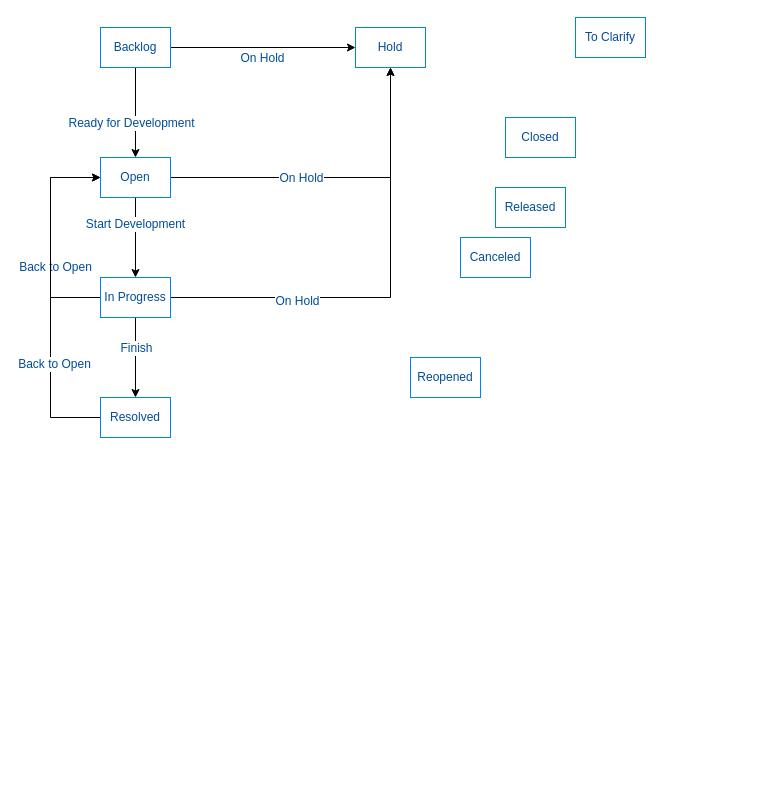
Earlier version of the draw.io diagram page "JIRA UAT Flow" (8 of 9) of Change Request Process.drawio (whalebig27/change-request-process-diagram). Source tidied: cells renumbered, new cells numbered last; positions are measured from the earlier drawing's top-left corner, leaving out a move shared by most shapes. Both pictures are drawn from the tidied source at 100%, with x=0, y=0 at pixel (50, 17).
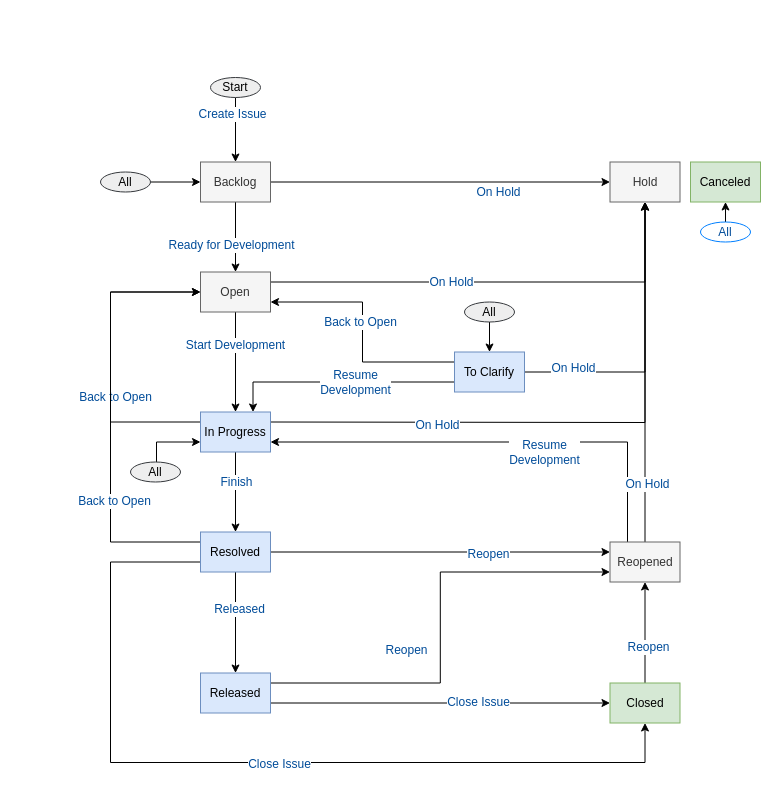
Above is the later version.

What changed in the source:
```diff
@@
-    <mxCell id="6" value="Backlog" style="rounded=0;whiteSpace=wrap;html=1;strokeColor=#007FFF;fontSize=12;align=center;fontColor=#004C99;" parent="1" vertex="1">
-      <mxGeometry x="50" y="10" width="70" height="40" as="geometry" />
+    <mxCell id="6" value="Backlog" style="rounded=0;whiteSpace=wrap;html=1;strokeColor=#666666;fontSize=12;align=center;fontColor=#333333;fillColor=#f5f5f5;" parent="1" vertex="1">
+      <mxGeometry x="150" y="144.5" width="70" height="40" as="geometry" />
     </mxCell>
-    <mxCell id="7" style="edgeStyle=orthogonalEdgeStyle;rounded=0;jettySize=auto;html=1;entryX=0.5;entryY=1;entryDx=0;entryDy=0;fontSize=12;fontColor=#004C99;" parent="1" edge="1" source="13" target="23">
-      <mxGeometry relative="1" as="geometry" />
+    <mxCell id="7" style="edgeStyle=orthogonalEdgeStyle;rounded=0;jettySize=auto;html=1;entryX=0.5;entryY=1;entryDx=0;entryDy=0;fontSize=12;fontColor=#004C99;" parent="1" edge="1" target="23">
+      <mxGeometry relative="1" as="geometry">
+        <mxPoint x="220" y="404.5" as="sourcePoint" />
+      </mxGeometry>
     </mxCell>
@@
-    <mxCell id="9" style="edgeStyle=orthogonalEdgeStyle;rounded=0;jettySize=auto;html=1;entryX=0;entryY=0.5;entryDx=0;entryDy=0;fontSize=12;fontColor=#004C99;exitX=0;exitY=0.5;exitDx=0;exitDy=0;" parent="1" edge="1" source="13" target="18">
+    <mxCell id="9" style="edgeStyle=orthogonalEdgeStyle;rounded=0;jettySize=auto;html=1;entryX=0;entryY=0.5;entryDx=0;entryDy=0;fontSize=12;fontColor=#004C99;exitX=0;exitY=0.25;exitDx=0;exitDy=0;" parent="1" edge="1" source="13" target="18">
       <mxGeometry relative="1" as="geometry">
         <Array as="points">
-          <mxPoint y="280" />
-          <mxPoint y="160" />
+          <mxPoint x="60" y="404.5" />
+          <mxPoint x="60" y="274.5" />
         </Array>
       </mxGeometry>
     </mxCell>
@@
-    <mxCell id="13" value="In Progress" style="rounded=0;whiteSpace=wrap;html=1;strokeColor=#007FFF;fontSize=12;align=center;fontColor=#004C99;" parent="1" vertex="1">
-      <mxGeometry x="50" y="260" width="70" height="40" as="geometry" />
+    <mxCell id="13" value="In Progress" style="rounded=0;whiteSpace=wrap;html=1;strokeColor=#6c8ebf;fontSize=12;align=center;fillColor=#dae8fc;" parent="1" vertex="1">
+      <mxGeometry x="150" y="394.5" width="70" height="40" as="geometry" />
     </mxCell>
@@
-    <mxCell id="16" style="edgeStyle=orthogonalEdgeStyle;rounded=0;jettySize=auto;html=1;entryX=0.5;entryY=1;entryDx=0;entryDy=0;fontSize=12;fontColor=#004C99;" parent="1" edge="1" source="18" target="23">
+    <mxCell id="16" style="edgeStyle=orthogonalEdgeStyle;rounded=0;jettySize=auto;html=1;entryX=0.5;entryY=1;entryDx=0;entryDy=0;fontSize=12;fontColor=#004C99;exitX=1;exitY=0.25;exitDx=0;exitDy=0;" parent="1" edge="1" source="18" target="23">
       <mxGeometry relative="1" as="geometry" />
     </mxCell>
@@
-    <mxCell id="18" value="Open" style="rounded=0;whiteSpace=wrap;html=1;strokeColor=#007FFF;fontSize=12;align=center;fontColor=#004C99;" parent="1" vertex="1">
-      <mxGeometry x="50" y="140" width="70" height="40" as="geometry" />
+    <mxCell id="18" value="Open" style="rounded=0;whiteSpace=wrap;html=1;strokeColor=#666666;fontSize=12;align=center;fontColor=#333333;fillColor=#f5f5f5;" parent="1" vertex="1">
+      <mxGeometry x="150" y="254.5" width="70" height="40" as="geometry" />
     </mxCell>
-    <mxCell id="19" style="edgeStyle=orthogonalEdgeStyle;rounded=0;jettySize=auto;html=1;entryX=0;entryY=0.5;entryDx=0;entryDy=0;fontSize=12;fontColor=#004C99;exitX=0;exitY=0.5;exitDx=0;exitDy=0;" parent="1" edge="1" source="21" target="18">
+    <mxCell id="19" style="edgeStyle=orthogonalEdgeStyle;rounded=0;jettySize=auto;html=1;entryX=0;entryY=0.5;entryDx=0;entryDy=0;fontSize=12;fontColor=#004C99;" parent="1" edge="1" target="18">
       <mxGeometry relative="1" as="geometry">
+        <mxPoint x="150" y="524.5" as="sourcePoint" />
         <Array as="points">
-          <mxPoint y="400" />
-          <mxPoint y="160" />
+          <mxPoint x="60" y="524.5" />
+          <mxPoint x="60" y="274.5" />
         </Array>
       </mxGeometry>
     </mxCell>
@@
+    <mxCell id="28" style="edgeStyle=orthogonalEdgeStyle;rounded=0;jettySize=auto;html=1;entryX=0;entryY=0.25;entryDx=0;entryDy=0;fontSize=12;fontColor=#004C99;" parent="1" edge="1" source="21" target="22">
+      <mxGeometry relative="1" as="geometry" />
+    </mxCell>
+    <mxCell id="29" value="Reopen" style="text;html=1;align=center;verticalAlign=middle;labelBackgroundColor=#ffffff;fontSize=12;fontColor=#004C99;" parent="28" vertex="1">
+      <mxGeometry x="0.28" y="-2" relative="1" as="geometry" />
+    </mxCell>
+    <mxCell id="30" style="edgeStyle=orthogonalEdgeStyle;rounded=0;jettySize=auto;html=1;entryX=0.5;entryY=0;entryDx=0;entryDy=0;fontSize=12;fontColor=#004C99;" parent="1" edge="1" source="21" target="25">
+      <mxGeometry relative="1" as="geometry" />
+    </mxCell>
+    <mxCell id="31" value="Released" style="text;html=1;align=center;verticalAlign=middle;labelBackgroundColor=#ffffff;fontSize=12;fontColor=#004C99;" parent="30" vertex="1">
+      <mxGeometry x="-0.27" y="3" relative="1" as="geometry" />
+    </mxCell>
+    <mxCell id="32" style="edgeStyle=orthogonalEdgeStyle;rounded=0;jettySize=auto;html=1;exitX=0;exitY=0.75;exitDx=0;exitDy=0;fontSize=12;fontColor=#004C99;entryX=0.5;entryY=1;entryDx=0;entryDy=0;" parent="1" edge="1" source="21" target="26">
+      <mxGeometry relative="1" as="geometry">
+        <Array as="points">
+          <mxPoint x="60" y="545" />
+          <mxPoint x="60" y="745" />
+          <mxPoint x="595" y="745" />
+        </Array>
+      </mxGeometry>
+    </mxCell>
+    <mxCell id="33" value="Close Issue" style="text;html=1;align=center;verticalAlign=middle;labelBackgroundColor=#ffffff;fontSize=12;fontColor=#004C99;" parent="32" vertex="1">
+      <mxGeometry x="0.06" y="-1" relative="1" as="geometry">
+        <mxPoint x="1" as="offset" />
+      </mxGeometry>
+    </mxCell>
-    <mxCell id="21" value="Resolved" style="rounded=0;whiteSpace=wrap;html=1;strokeColor=#007FFF;fontSize=12;align=center;fontColor=#004C99;" parent="1" vertex="1">
-      <mxGeometry x="50" y="380" width="70" height="40" as="geometry" />
+    <mxCell id="21" value="Resolved" style="rounded=0;whiteSpace=wrap;html=1;strokeColor=#6c8ebf;fontSize=12;align=center;fillColor=#dae8fc;" parent="1" vertex="1">
+      <mxGeometry x="150" y="514.5" width="70" height="40" as="geometry" />
     </mxCell>
+    <mxCell id="34" style="edgeStyle=orthogonalEdgeStyle;rounded=0;jettySize=auto;html=1;entryX=1;entryY=0.75;entryDx=0;entryDy=0;fontSize=12;fontColor=#004C99;exitX=0.25;exitY=0;exitDx=0;exitDy=0;" parent="1" edge="1" source="22" target="13">
+      <mxGeometry relative="1" as="geometry">
+        <Array as="points">
+          <mxPoint x="577" y="424.5" />
+        </Array>
+      </mxGeometry>
+    </mxCell>
+    <mxCell id="35" value="Resume &lt;br&gt;Development" style="text;html=1;align=center;verticalAlign=middle;labelBackgroundColor=#ffffff;fontSize=12;fontColor=#004C99;" parent="34" vertex="1">
+      <mxGeometry x="-0.23" y="-3" relative="1" as="geometry">
+        <mxPoint x="-7.5" y="12.5" as="offset" />
+      </mxGeometry>
+    </mxCell>
+    <mxCell id="36" style="edgeStyle=orthogonalEdgeStyle;rounded=0;jettySize=auto;html=1;entryX=0.5;entryY=1;entryDx=0;entryDy=0;fontSize=12;fontColor=#004C99;" parent="1" edge="1" source="22" target="23">
+      <mxGeometry relative="1" as="geometry" />
+    </mxCell>
+    <mxCell id="37" value="On Hold" style="text;html=1;align=center;verticalAlign=middle;labelBackgroundColor=#ffffff;fontSize=12;fontColor=#004C99;" parent="36" vertex="1">
+      <mxGeometry x="-0.66" y="-2" relative="1" as="geometry" />
+    </mxCell>
-    <mxCell id="22" value="Reopened" style="rounded=0;whiteSpace=wrap;html=1;strokeColor=#007FFF;fontSize=12;align=center;fontColor=#004C99;" parent="1" vertex="1">
-      <mxGeometry x="360" y="340" width="70" height="40" as="geometry" />
+    <mxCell id="22" value="Reopened" style="rounded=0;whiteSpace=wrap;html=1;strokeColor=#666666;fontSize=12;align=center;fontColor=#333333;fillColor=#f5f5f5;" parent="1" vertex="1">
+      <mxGeometry x="559.5" y="524.5" width="70" height="40" as="geometry" />
     </mxCell>
-    <mxCell id="23" value="Hold" style="rounded=0;whiteSpace=wrap;html=1;strokeColor=#007FFF;fontSize=12;align=center;fontColor=#004C99;" parent="1" vertex="1">
-      <mxGeometry x="305" y="10" width="70" height="40" as="geometry" />
+    <mxCell id="23" value="Hold" style="rounded=0;whiteSpace=wrap;html=1;strokeColor=#666666;fontSize=12;align=center;fontColor=#333333;fillColor=#f5f5f5;" parent="1" vertex="1">
+      <mxGeometry x="559.5" y="144.5" width="70" height="40" as="geometry" />
     </mxCell>
-    <mxCell id="24" value="Canceled" style="rounded=0;whiteSpace=wrap;html=1;strokeColor=#007FFF;fontSize=12;align=center;fontColor=#004C99;" parent="1" vertex="1">
-      <mxGeometry x="410" y="220" width="70" height="40" as="geometry" />
+    <mxCell id="24" value="Canceled" style="rounded=0;whiteSpace=wrap;html=1;strokeColor=#82b366;fontSize=12;align=center;fillColor=#d5e8d4;" parent="1" vertex="1">
+      <mxGeometry x="640" y="144.5" width="70" height="40" as="geometry" />
     </mxCell>
+    <mxCell id="38" style="edgeStyle=orthogonalEdgeStyle;rounded=0;jettySize=auto;html=1;entryX=0;entryY=0.5;entryDx=0;entryDy=0;fontSize=12;fontColor=#004C99;exitX=1;exitY=0.75;exitDx=0;exitDy=0;" parent="1" edge="1" source="25" target="26">
+      <mxGeometry relative="1" as="geometry" />
+    </mxCell>
+    <mxCell id="39" value="Close Issue" style="text;html=1;align=center;verticalAlign=middle;labelBackgroundColor=#ffffff;fontSize=12;fontColor=#004C99;" parent="38" vertex="1">
+      <mxGeometry x="0.22" y="1" relative="1" as="geometry" />
+    </mxCell>
+    <mxCell id="40" style="edgeStyle=orthogonalEdgeStyle;rounded=0;jettySize=auto;html=1;exitX=1;exitY=0.25;exitDx=0;exitDy=0;entryX=0;entryY=0.75;entryDx=0;entryDy=0;fontSize=12;fontColor=#004C99;" parent="1" edge="1" source="25" target="22">
+      <mxGeometry relative="1" as="geometry" />
+    </mxCell>
+    <mxCell id="41" value="Reopen" style="text;html=1;align=center;verticalAlign=middle;labelBackgroundColor=#ffffff;fontSize=12;fontColor=#004C99;" parent="40" vertex="1">
+      <mxGeometry x="-0.4" y="33" relative="1" as="geometry" />
+    </mxCell>
-    <mxCell id="25" value="Released" style="rounded=0;whiteSpace=wrap;html=1;strokeColor=#007FFF;fontSize=12;align=center;fontColor=#004C99;" parent="1" vertex="1">
-      <mxGeometry x="445" y="170" width="70" height="40" as="geometry" />
+    <mxCell id="25" value="Released" style="rounded=0;whiteSpace=wrap;html=1;strokeColor=#6c8ebf;fontSize=12;align=center;fillColor=#dae8fc;" parent="1" vertex="1">
+      <mxGeometry x="150" y="655.5" width="70" height="40" as="geometry" />
     </mxCell>
+    <mxCell id="42" style="edgeStyle=orthogonalEdgeStyle;rounded=0;jettySize=auto;html=1;entryX=0.5;entryY=1;entryDx=0;entryDy=0;fontSize=12;fontColor=#004C99;" parent="1" edge="1" source="26" target="22">
+      <mxGeometry relative="1" as="geometry" />
+    </mxCell>
+    <mxCell id="43" value="Reopen" style="text;html=1;align=center;verticalAlign=middle;labelBackgroundColor=#ffffff;fontSize=12;fontColor=#004C99;" parent="42" vertex="1">
+      <mxGeometry x="-0.28" y="-3" relative="1" as="geometry" />
+    </mxCell>
-    <mxCell id="26" value="Closed" style="rounded=0;whiteSpace=wrap;html=1;strokeColor=#007FFF;fontSize=12;align=center;fontColor=#004C99;" parent="1" vertex="1">
-      <mxGeometry x="455" y="100" width="70" height="40" as="geometry" />
+    <mxCell id="26" value="Closed" style="rounded=0;whiteSpace=wrap;html=1;strokeColor=#82b366;fontSize=12;align=center;fillColor=#d5e8d4;" parent="1" vertex="1">
+      <mxGeometry x="559.5" y="665.5" width="70" height="40" as="geometry" />
     </mxCell>
+    <mxCell id="44" style="edgeStyle=orthogonalEdgeStyle;rounded=0;jettySize=auto;html=1;entryX=0.75;entryY=0;entryDx=0;entryDy=0;fontSize=12;fontColor=#004C99;exitX=0;exitY=0.75;exitDx=0;exitDy=0;" parent="1" edge="1" source="27" target="13">
+      <mxGeometry relative="1" as="geometry" />
+    </mxCell>
+    <mxCell id="45" value="Resume &lt;br&gt;Development" style="text;html=1;align=center;verticalAlign=middle;labelBackgroundColor=#ffffff;fontSize=12;fontColor=#004C99;" parent="44" vertex="1">
+      <mxGeometry x="0.07" y="1" relative="1" as="geometry">
+        <mxPoint x="24" y="-1" as="offset" />
+      </mxGeometry>
+    </mxCell>
+    <mxCell id="46" style="edgeStyle=orthogonalEdgeStyle;rounded=0;jettySize=auto;html=1;entryX=1;entryY=0.75;entryDx=0;entryDy=0;fontSize=12;fontColor=#004C99;exitX=0;exitY=0.25;exitDx=0;exitDy=0;" parent="1" edge="1" source="27" target="18">
+      <mxGeometry relative="1" as="geometry" />
+    </mxCell>
+    <mxCell id="47" value="Back to Open" style="text;html=1;align=center;verticalAlign=middle;labelBackgroundColor=#ffffff;fontSize=12;fontColor=#004C99;" parent="46" vertex="1">
+      <mxGeometry x="0.39" y="3" relative="1" as="geometry">
+        <mxPoint x="15" y="17" as="offset" />
+      </mxGeometry>
+    </mxCell>
+    <mxCell id="48" style="edgeStyle=orthogonalEdgeStyle;rounded=0;jettySize=auto;html=1;entryX=0.5;entryY=1;entryDx=0;entryDy=0;fontSize=12;fontColor=#004C99;exitX=1;exitY=0.5;exitDx=0;exitDy=0;" parent="1" edge="1" source="27" target="23">
+      <mxGeometry relative="1" as="geometry" />
+    </mxCell>
+    <mxCell id="49" value="On Hold" style="text;html=1;align=center;verticalAlign=middle;labelBackgroundColor=#ffffff;fontSize=12;fontColor=#004C99;" parent="48" vertex="1">
+      <mxGeometry x="-0.67" y="4" relative="1" as="geometry" />
+    </mxCell>
-    <mxCell id="27" value="To Clarify" style="rounded=0;whiteSpace=wrap;html=1;strokeColor=#007FFF;fontSize=12;align=center;fontColor=#004C99;" parent="1" vertex="1">
-      <mxGeometry x="525" width="70" height="40" as="geometry" />
+    <mxCell id="27" value="To Clarify" style="rounded=0;whiteSpace=wrap;html=1;strokeColor=#6c8ebf;fontSize=12;align=center;fillColor=#dae8fc;" parent="1" vertex="1">
+      <mxGeometry x="404" y="334.5" width="70" height="40" as="geometry" />
     </mxCell>
+    <mxCell id="50" style="edgeStyle=orthogonalEdgeStyle;rounded=0;jettySize=auto;html=1;entryX=0.5;entryY=0;entryDx=0;entryDy=0;fontSize=12;fontColor=#004C99;" parent="1" edge="1" source="52" target="6">
+      <mxGeometry relative="1" as="geometry" />
+    </mxCell>
+    <mxCell id="51" value="Create Issue" style="text;html=1;align=center;verticalAlign=middle;labelBackgroundColor=#ffffff;fontSize=12;fontColor=#004C99;" parent="50" vertex="1">
+      <mxGeometry y="-17" relative="1" as="geometry">
+        <mxPoint x="13" y="-16" as="offset" />
+      </mxGeometry>
+    </mxCell>
+    <mxCell id="52" value="Start" style="ellipse;whiteSpace=wrap;html=1;strokeColor=#36393d;fontSize=12;align=center;fillColor=#eeeeee;" parent="1" vertex="1">
+      <mxGeometry x="160" y="60" width="50" height="20" as="geometry" />
+    </mxCell>
+    <mxCell id="53" style="edgeStyle=orthogonalEdgeStyle;rounded=0;jettySize=auto;html=1;entryX=0.5;entryY=0;entryDx=0;entryDy=0;fontSize=12;fontColor=#004C99;" parent="1" edge="1" source="54" target="27">
+      <mxGeometry relative="1" as="geometry" />
+    </mxCell>
+    <mxCell id="54" value="All" style="ellipse;whiteSpace=wrap;html=1;strokeColor=#36393d;fontSize=12;align=center;fillColor=#eeeeee;" parent="1" vertex="1">
+      <mxGeometry x="414" y="284.5" width="50" height="20" as="geometry" />
+    </mxCell>
+    <mxCell id="55" style="edgeStyle=orthogonalEdgeStyle;rounded=0;jettySize=auto;html=1;fontSize=12;fontColor=#004C99;" parent="1" edge="1" source="56">
+      <mxGeometry relative="1" as="geometry">
+        <mxPoint x="675" y="184.5" as="targetPoint" />
+      </mxGeometry>
+    </mxCell>
+    <mxCell id="56" value="All" style="ellipse;whiteSpace=wrap;html=1;strokeColor=#007FFF;fontSize=12;fontColor=#004C99;align=center;" parent="1" vertex="1">
+      <mxGeometry x="650" y="204.5" width="50" height="20" as="geometry" />
+    </mxCell>
+    <mxCell id="57" style="edgeStyle=orthogonalEdgeStyle;rounded=0;jettySize=auto;html=1;entryX=0;entryY=0.75;entryDx=0;entryDy=0;fontSize=12;fontColor=#004C99;" parent="1" edge="1" source="58" target="13">
+      <mxGeometry relative="1" as="geometry">
+        <Array as="points">
+          <mxPoint x="106" y="424.5" />
+        </Array>
+      </mxGeometry>
+    </mxCell>
+    <mxCell id="58" value="All" style="ellipse;whiteSpace=wrap;html=1;strokeColor=#36393d;fontSize=12;align=center;fillColor=#eeeeee;" parent="1" vertex="1">
+      <mxGeometry x="80" y="444.5" width="50" height="20" as="geometry" />
+    </mxCell>
+    <mxCell id="59" style="edgeStyle=orthogonalEdgeStyle;rounded=0;jettySize=auto;html=1;entryX=0;entryY=0.5;entryDx=0;entryDy=0;fontSize=12;fontColor=#004C99;" parent="1" edge="1" source="60" target="6">
+      <mxGeometry relative="1" as="geometry" />
+    </mxCell>
+    <mxCell id="60" value="All" style="ellipse;whiteSpace=wrap;html=1;strokeColor=#36393d;fontSize=12;align=center;fillColor=#eeeeee;" parent="1" vertex="1">
+      <mxGeometry x="50" y="154.5" width="50" height="20" as="geometry" />
+    </mxCell>
```
